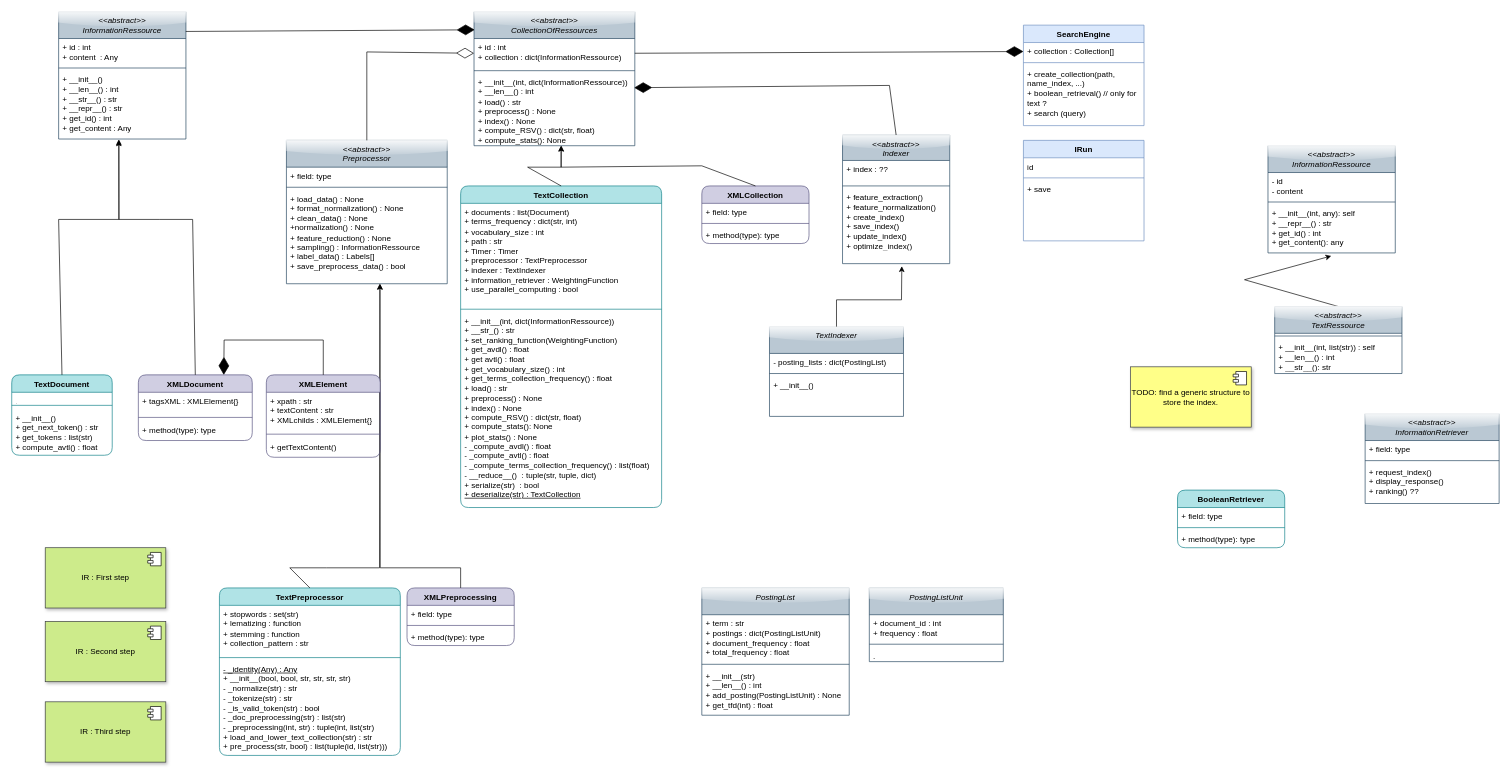
mohamedlrouabah1/RIM2DSC keeps this draw.io diagram as uml_diagrams/information_retrieval_models.drawio. Above is the earlier version. Source tidied: cells renumbered, new cells numbered last; positions are measured from the earlier drawing's top-left corner, leaving out a move shared by most shapes. Both pictures are drawn from the tidied source at 67%, with x=0, y=0 at pixel (11, 11).
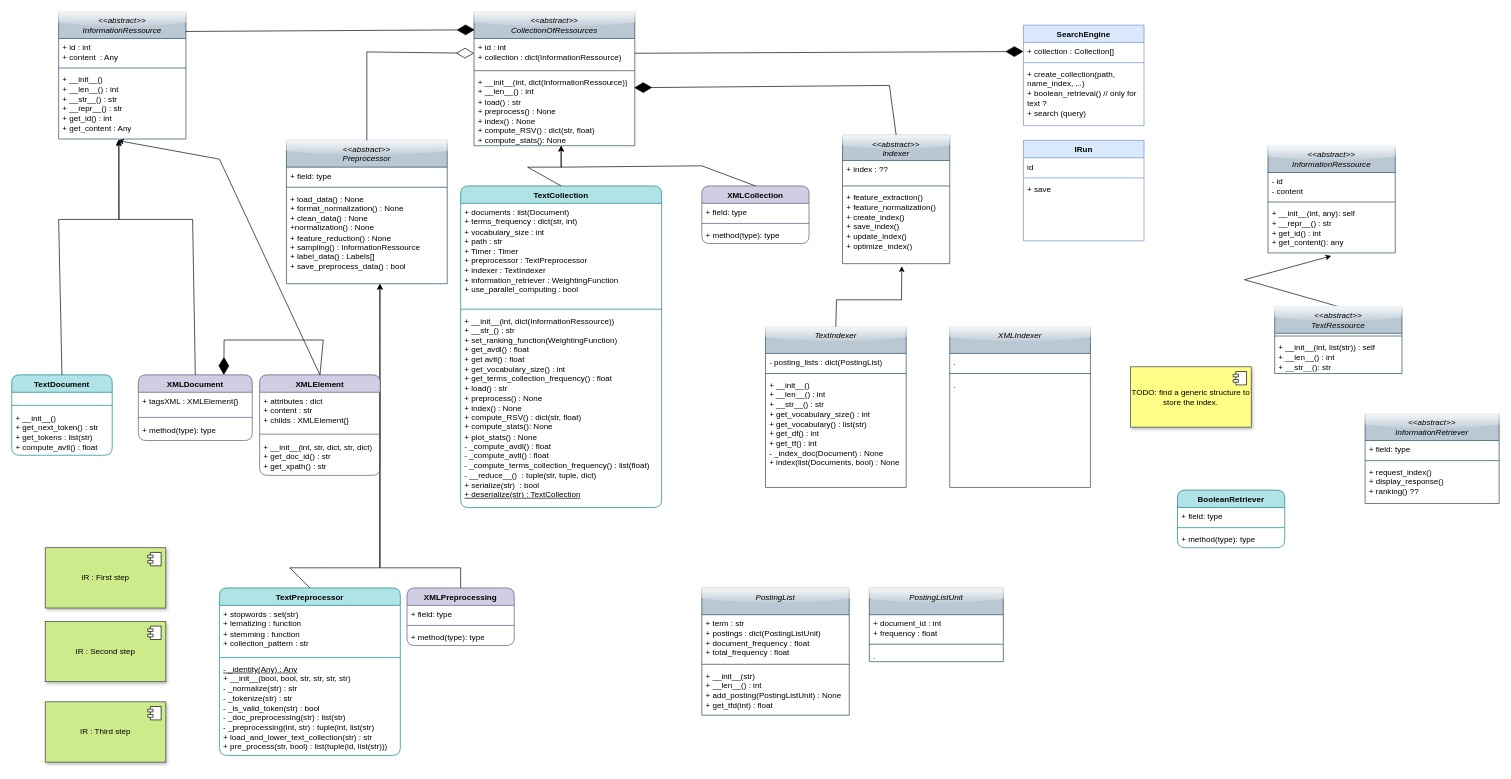
Above is the later version.

Commit message (it also covers changes not shown here):
update: XMLElement model

define it as a ressource of information which then
get an id (id_doc:xpath) and a content (text content
of the tag)

Unchanged cells that the change refers to:
```xml
<mxCell id="5" value="+ __init__()&amp;nbsp;&lt;br&gt;+ __len__() : int&lt;br&gt;+ __str__() : str&lt;br&gt;+ __repr__() : str&lt;br&gt;+ get_id() : int&lt;br&gt;+ get_content : Any" style="text;strokeColor=none;fillColor=none;align=left;verticalAlign=top;spacingLeft=4;spacingRight=4;overflow=hidden;points=[[0,0.5],[1,0.5]];portConstraint=eastwest;whiteSpace=wrap;html=1;" parent="2" vertex="1">
  <mxGeometry y="88" width="190" height="102" as="geometry" />
</mxCell>
```

Diff of the diagram source:
```diff
@@
     <mxCell id="80" value="XMLElement" style="swimlane;fontStyle=1;align=center;verticalAlign=top;horizontal=1;startSize=26;whiteSpace=wrap;html=1;fillColor=#d0cee2;strokeColor=#56517e;rounded=1;" parent="1" vertex="1">
-      <mxGeometry x="380" y="542" width="170" height="123" as="geometry" />
+      <mxGeometry x="370" y="542" width="180" height="150" as="geometry" />
     </mxCell>
-    <mxCell id="81" value="+ xpath : str&lt;br&gt;+ textContent : str&lt;br&gt;+ XMLchilds : XMLElement{}" style="text;strokeColor=none;fillColor=none;align=left;verticalAlign=top;spacingLeft=4;spacingRight=4;overflow=hidden;whiteSpace=wrap;html=1;" parent="80" vertex="1">
-      <mxGeometry y="26" width="170" height="57" as="geometry" />
+    <mxCell id="81" value="+ attributes : dict&lt;br&gt;+ content : str&lt;br&gt;+ childs : XMLElement{}" style="text;strokeColor=none;fillColor=none;align=left;verticalAlign=top;spacingLeft=4;spacingRight=4;overflow=hidden;whiteSpace=wrap;html=1;" parent="80" vertex="1">
+      <mxGeometry y="26" width="180" height="57" as="geometry" />
     </mxCell>
     <mxCell id="82" style="line;strokeWidth=1;fillColor=none;align=left;verticalAlign=middle;spacingTop=-1;spacingLeft=3;spacingRight=3;labelPosition=right;strokeColor=inherit;" parent="80" vertex="1">
-      <mxGeometry y="83" width="170" height="11" as="geometry" />
+      <mxGeometry y="83" width="180" height="11" as="geometry" />
     </mxCell>
-    <mxCell id="83" value="+ getTextContent()" style="text;strokeColor=none;fillColor=none;align=left;verticalAlign=top;spacingLeft=4;spacingRight=4;overflow=hidden;whiteSpace=wrap;html=1;" parent="80" vertex="1">
-      <mxGeometry y="94" width="170" height="29" as="geometry" />
+    <mxCell id="83" value="+ __init__(int, str, dict, str, dict)&lt;br&gt;+ get_doc_id() : str&lt;br&gt;+ get_xpath() : str" style="text;strokeColor=none;fillColor=none;align=left;verticalAlign=top;spacingLeft=4;spacingRight=4;overflow=hidden;whiteSpace=wrap;html=1;" parent="80" vertex="1">
+      <mxGeometry y="94" width="180" height="56" as="geometry" />
     </mxCell>
@@
     <mxCell id="97" value="&lt;span style=&quot;font-weight: 400;&quot;&gt;&lt;i&gt;TextIndexer&lt;/i&gt;&lt;/span&gt;" style="swimlane;fontStyle=1;align=center;verticalAlign=top;horizontal=1;startSize=40;whiteSpace=wrap;html=1;fillColor=#bac8d3;strokeColor=#23445d;glass=1;" parent="1" vertex="1">
-      <mxGeometry x="1131" y="470" width="200" height="134" as="geometry" />
+      <mxGeometry x="1125" y="470" width="210" height="240" as="geometry" />
     </mxCell>
     <mxCell id="98" value="- posting_lists : dict(PostingList)" style="text;strokeColor=none;fillColor=none;align=left;verticalAlign=top;spacingLeft=4;spacingRight=4;overflow=hidden;whiteSpace=wrap;html=1;" parent="97" vertex="1">
-      <mxGeometry y="40" width="200" height="26" as="geometry" />
+      <mxGeometry y="40" width="210" height="26" as="geometry" />
     </mxCell>
     <mxCell id="99" style="line;strokeWidth=1;fillColor=none;align=left;verticalAlign=middle;spacingTop=-1;spacingLeft=3;spacingRight=3;labelPosition=right;strokeColor=inherit;" parent="97" vertex="1">
-      <mxGeometry y="66" width="200" height="8" as="geometry" />
+      <mxGeometry y="66" width="210" height="8" as="geometry" />
     </mxCell>
-    <mxCell id="100" value="+ __init__()&lt;br&gt;" style="text;strokeColor=none;fillColor=none;align=left;verticalAlign=top;spacingLeft=4;spacingRight=4;overflow=hidden;whiteSpace=wrap;html=1;" parent="97" vertex="1">
-      <mxGeometry y="74" width="200" height="60" as="geometry" />
+    <mxCell id="100" value="+ __init__()&lt;br&gt;+ __len__() : int&lt;br&gt;+ __str__() : str&lt;br&gt;+ get_vocabulary_size() : int&lt;br&gt;+ get_vocabulary() : list(str)&lt;br&gt;+ get_df() : int&lt;br&gt;+ get_tf() : int&lt;br&gt;- _index_doc(Document) : None&lt;br&gt;+ index(list(Documents, bool) : None" style="text;strokeColor=none;fillColor=none;align=left;verticalAlign=top;spacingLeft=4;spacingRight=4;overflow=hidden;whiteSpace=wrap;html=1;" parent="97" vertex="1">
+      <mxGeometry y="74" width="210" height="166" as="geometry" />
     </mxCell>
@@
+    <mxCell id="102" value="&lt;span style=&quot;font-weight: 400;&quot;&gt;&lt;i&gt;XMLIndexer&lt;/i&gt;&lt;/span&gt;" style="swimlane;fontStyle=1;align=center;verticalAlign=top;horizontal=1;startSize=40;whiteSpace=wrap;html=1;fillColor=#bac8d3;strokeColor=#23445d;glass=1;" parent="1" vertex="1">
+      <mxGeometry x="1400" y="470" width="210" height="240" as="geometry" />
+    </mxCell>
+    <mxCell id="103" value="." style="text;strokeColor=none;fillColor=none;align=left;verticalAlign=top;spacingLeft=4;spacingRight=4;overflow=hidden;whiteSpace=wrap;html=1;" parent="102" vertex="1">
+      <mxGeometry y="40" width="210" height="26" as="geometry" />
+    </mxCell>
+    <mxCell id="104" style="line;strokeWidth=1;fillColor=none;align=left;verticalAlign=middle;spacingTop=-1;spacingLeft=3;spacingRight=3;labelPosition=right;strokeColor=inherit;" parent="102" vertex="1">
+      <mxGeometry y="66" width="210" height="8" as="geometry" />
+    </mxCell>
+    <mxCell id="105" value="." style="text;strokeColor=none;fillColor=none;align=left;verticalAlign=top;spacingLeft=4;spacingRight=4;overflow=hidden;whiteSpace=wrap;html=1;" parent="102" vertex="1">
+      <mxGeometry y="74" width="210" height="166" as="geometry" />
+    </mxCell>
+    <mxCell id="106" style="endArrow=classic;html=1;rounded=0;exitX=0.5;exitY=0;exitDx=0;exitDy=0;entryX=0.466;entryY=1.023;entryDx=0;entryDy=0;entryPerimeter=0;" parent="1" edge="1" source="80" target="5">
+      <mxGeometry relative="1" as="geometry">
+        <Array as="points">
+          <mxPoint x="310" y="220" />
+        </Array>
+      </mxGeometry>
+    </mxCell>
```
